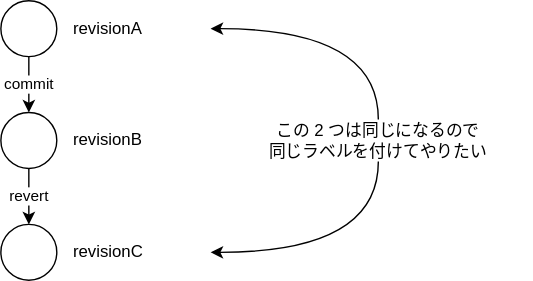
Above: doc/blog/add-label.drawio.svg in mitoma/sver (draw.io), before the change. Source tidied: cells renumbered, new cells last; positions are measured from the earlier drawing's top-left corner, leaving out a move shared by most shapes.
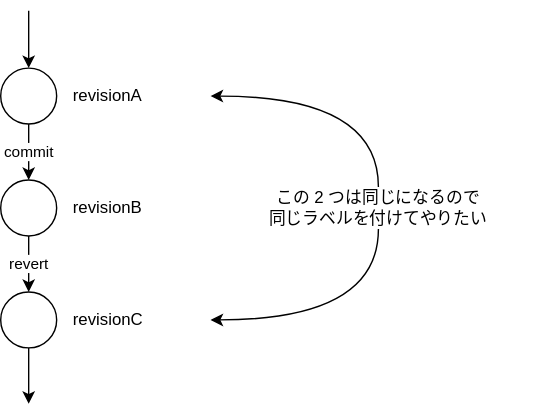
After the commit.

Diff of the diagram source:
```diff
@@ -44,5 +44,15 @@
     <mxCell id="15" value="この 2 つは同じになるので&lt;br&gt;同じラベルを付けてやりたい" style="text;html=1;strokeColor=none;fillColor=none;align=center;verticalAlign=middle;whiteSpace=wrap;rounded=0;" parent="1" vertex="1">
       <mxGeometry x="160" y="85" width="220" height="30" as="geometry" />
     </mxCell>
+    <mxCell id="16" style="edgeStyle=none;html=1;" parent="1" edge="1" source="9">
+      <mxGeometry relative="1" as="geometry">
+        <mxPoint x="20" y="240" as="targetPoint" />
+      </mxGeometry>
+    </mxCell>
+    <mxCell id="17" style="edgeStyle=none;html=1;startArrow=classic;startFill=1;endArrow=none;endFill=0;" parent="1" edge="1" source="3">
+      <mxGeometry relative="1" as="geometry">
+        <mxPoint x="20" y="-41" as="targetPoint" />
+      </mxGeometry>
+    </mxCell>
   </root>
 </mxGraphModel>
```
